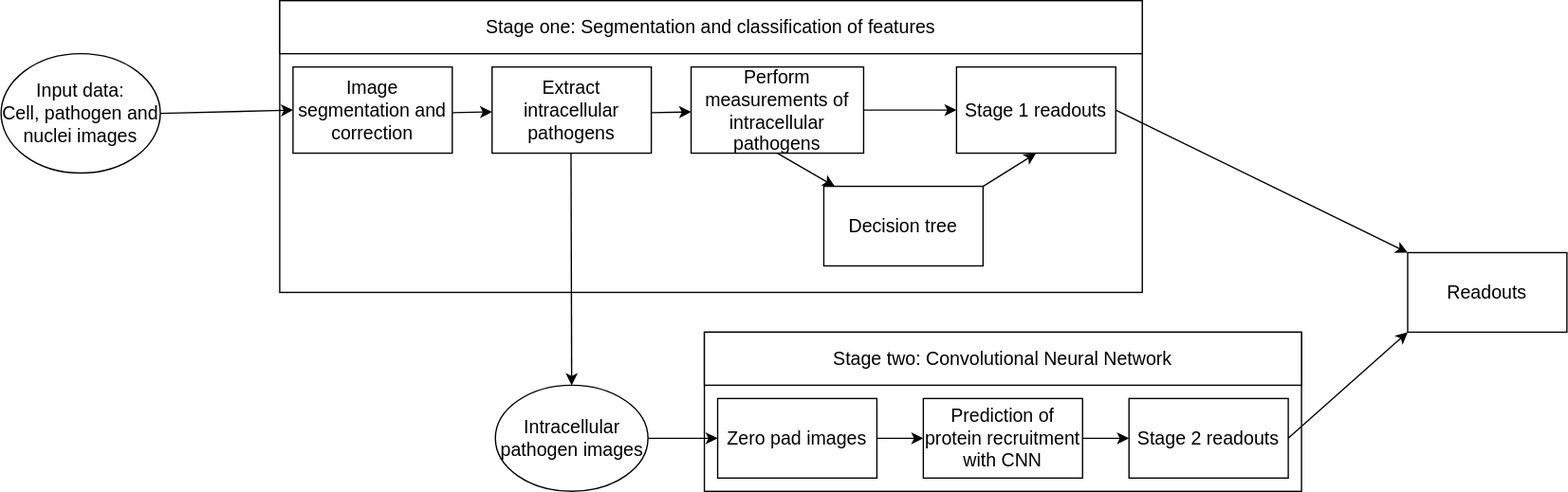
Earlier version of the draw.io export pipeline.drawio.svg (darkhaze97/pathogen_host_interaction_pipeline). Source tidied: cells renumbered, new cells last; positions are measured from the earlier drawing's top-left corner, leaving out a move shared by most shapes.
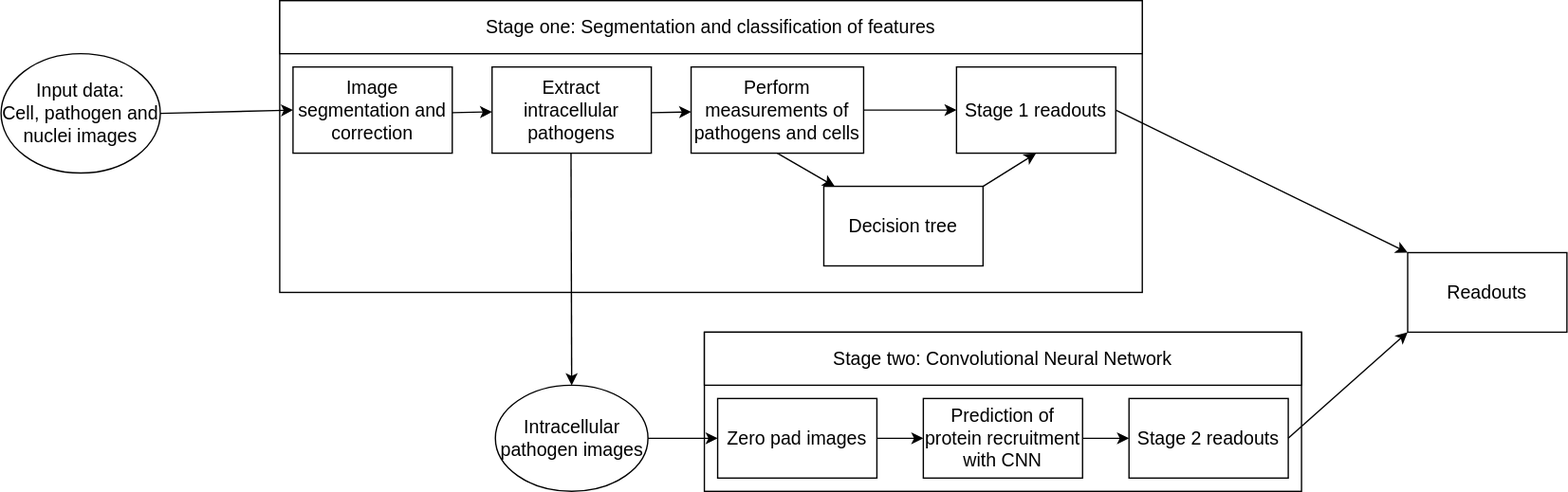
The same diagram one commit later.

Commit message:
Adding another updated version of the pipeline svg

The edit, as a diff of the source:
```diff
@@ -30,7 +30,7 @@
         <mxPoint x="490" y="84.5" as="sourcePoint" />
       </mxGeometry>
     </mxCell>
-    <mxCell id="10" value="&lt;font style=&quot;font-size: 14px&quot;&gt;Perform measurements of intracellular pathogens&lt;/font&gt;" style="rounded=0;whiteSpace=wrap;html=1;" parent="1" vertex="1">
+    <mxCell id="10" value="&lt;font style=&quot;font-size: 14px&quot;&gt;Perform measurements of pathogens and cells&lt;/font&gt;" style="rounded=0;whiteSpace=wrap;html=1;" parent="1" vertex="1">
       <mxGeometry x="520" y="50" width="130" height="65" as="geometry" />
     </mxCell>
     <mxCell id="11" value="&lt;font style=&quot;font-size: 14px&quot;&gt;Intracellular pathogen images&lt;/font&gt;" style="ellipse;whiteSpace=wrap;html=1;" parent="1" vertex="1">
```
